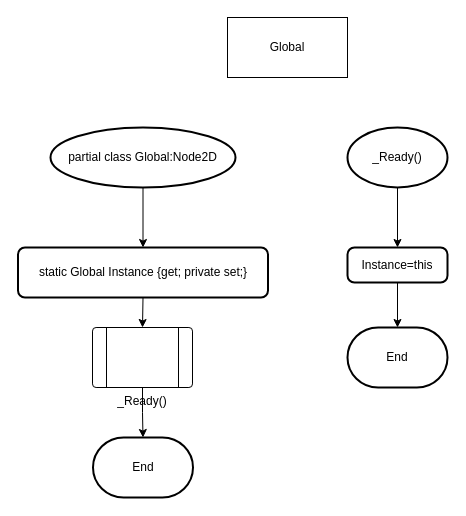
Above: whack-a-robot/Global/global flowchart.drawio in BHASVIC-Kasper25/Whack-a-Robot (draw.io), before the change. Source tidied: cells renumbered, new cells numbered last; positions are measured from the earlier drawing's top-left corner, leaving out a move shared by most shapes. Both pictures are drawn from the tidied source at 100%, with x=0, y=0 at pixel (17, 17).
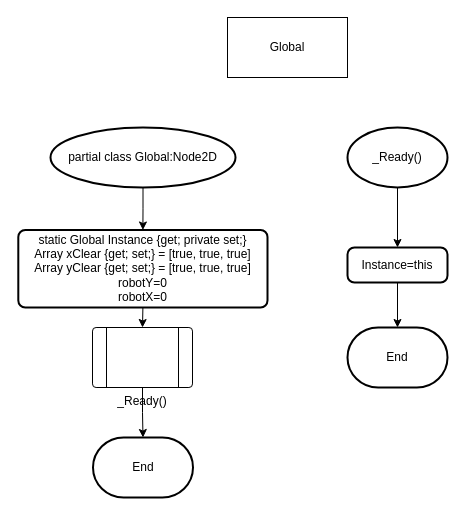
The same page after the edit.

What changed in the source:
```diff
@@
 <mxGraphModel>
   <root>
     <mxCell id="0" />
     <mxCell id="1" parent="0" />
     <mxCell id="2" value="Global" style="rounded=0;whiteSpace=wrap;html=1;" parent="1" vertex="1">
       <mxGeometry x="210" width="120" height="60" as="geometry" />
     </mxCell>
     <mxCell id="3" style="edgeStyle=orthogonalEdgeStyle;rounded=0;jettySize=auto;html=1;exitX=0.5;exitY=1;exitDx=0;exitDy=0;exitPerimeter=0;entryX=0.5;entryY=0;entryDx=0;entryDy=0;" parent="1" edge="1" source="4" target="6">
       <mxGeometry relative="1" as="geometry" />
     </mxCell>
     <mxCell id="4" value="partial class Global:Node2D" style="strokeWidth=2;html=1;shape=mxgraph.flowchart.start_1;whiteSpace=wrap;" parent="1" vertex="1">
       <mxGeometry x="33" y="110" width="185" height="60" as="geometry" />
     </mxCell>
     <mxCell id="5" style="edgeStyle=orthogonalEdgeStyle;rounded=0;jettySize=auto;html=1;exitX=0.5;exitY=1;exitDx=0;exitDy=0;entryX=0.5;entryY=0;entryDx=0;entryDy=0;" parent="1" edge="1" source="6" target="8">
       <mxGeometry relative="1" as="geometry" />
     </mxCell>
-    <mxCell id="6" value="static Global Instance {get; private set;}" style="rounded=1;whiteSpace=wrap;html=1;absoluteArcSize=1;arcSize=14;strokeWidth=2;" parent="1" vertex="1">
-      <mxGeometry x="0.5" y="230" width="250" height="50" as="geometry" />
+    <mxCell id="6" value="static Global Instance {get; private set;}&lt;div&gt;&lt;div&gt;Array xClear {get; set;} = [true, true, true]&lt;/div&gt;&lt;div&gt;Array yClear&amp;nbsp;&lt;span style=&quot;background-color: transparent; color: light-dark(rgb(0, 0, 0), rgb(255, 255, 255));&quot;&gt;{get; set;}&lt;/span&gt;&lt;span style=&quot;background-color: transparent; color: light-dark(rgb(0, 0, 0), rgb(255, 255, 255));&quot;&gt;&amp;nbsp;= [true, true, true]&lt;/span&gt;&lt;/div&gt;&lt;div&gt;robotY=0&lt;/div&gt;&lt;/div&gt;&lt;div&gt;robotX=0&lt;/div&gt;" style="rounded=1;whiteSpace=wrap;html=1;absoluteArcSize=1;arcSize=14;strokeWidth=2;" parent="1" vertex="1">
+      <mxGeometry x="0.8" y="212.5" width="249.2" height="77.5" as="geometry" />
     </mxCell>
     <mxCell id="7" style="edgeStyle=orthogonalEdgeStyle;rounded=0;jettySize=auto;html=1;exitX=0.5;exitY=1;exitDx=0;exitDy=0;" parent="1" edge="1" source="8" target="12">
       <mxGeometry relative="1" as="geometry" />
     </mxCell>
     <mxCell id="8" value="_Ready()" style="verticalLabelPosition=bottom;verticalAlign=top;html=1;shape=process;whiteSpace=wrap;rounded=1;size=0.14;arcSize=6;" parent="1" vertex="1">
       <mxGeometry x="75" y="310" width="100" height="60" as="geometry" />
     </mxCell>
     <mxCell id="9" style="edgeStyle=orthogonalEdgeStyle;rounded=0;jettySize=auto;html=1;exitX=0.5;exitY=1;exitDx=0;exitDy=0;exitPerimeter=0;entryX=0.5;entryY=0;entryDx=0;entryDy=0;" parent="1" edge="1" source="10" target="11">
       <mxGeometry relative="1" as="geometry" />
     </mxCell>
     <mxCell id="10" value="_Ready()" style="strokeWidth=2;html=1;shape=mxgraph.flowchart.start_1;whiteSpace=wrap;" parent="1" vertex="1">
       <mxGeometry x="330" y="110" width="100" height="60" as="geometry" />
     </mxCell>
     <mxCell id="11" value="Instance=this" style="rounded=1;whiteSpace=wrap;html=1;absoluteArcSize=1;arcSize=14;strokeWidth=2;" parent="1" vertex="1">
       <mxGeometry x="330" y="230" width="100" height="35" as="geometry" />
     </mxCell>
     <mxCell id="12" value="End" style="strokeWidth=2;html=1;shape=mxgraph.flowchart.terminator;whiteSpace=wrap;" parent="1" vertex="1">
       <mxGeometry x="75.5" y="420" width="100" height="60" as="geometry" />
     </mxCell>
     <mxCell id="13" value="End" style="strokeWidth=2;html=1;shape=mxgraph.flowchart.terminator;whiteSpace=wrap;" parent="1" vertex="1">
       <mxGeometry x="330" y="310" width="100" height="60" as="geometry" />
     </mxCell>
     <mxCell id="14" style="edgeStyle=orthogonalEdgeStyle;rounded=0;jettySize=auto;html=1;exitX=0.5;exitY=1;exitDx=0;exitDy=0;entryX=0.5;entryY=0;entryDx=0;entryDy=0;entryPerimeter=0;" parent="1" edge="1" source="11" target="13">
       <mxGeometry relative="1" as="geometry" />
     </mxCell>
   </root>
 </mxGraphModel>
```
